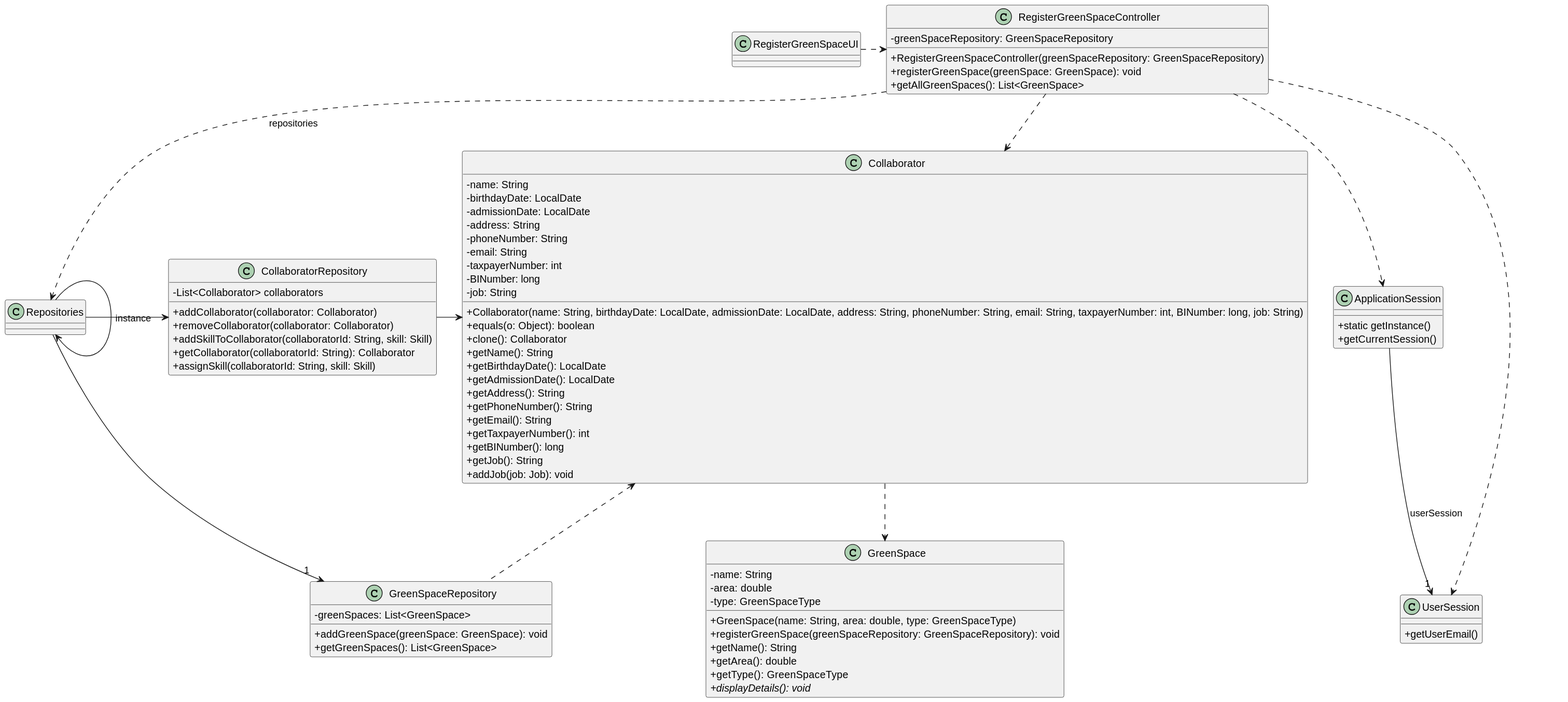
Before: docs/sprintC/us020/03.design/svg/us020-class-diagram.svg, a diagram exported from PlantUML (Departamento-de-Engenharia-Informatica/greenspace-management).
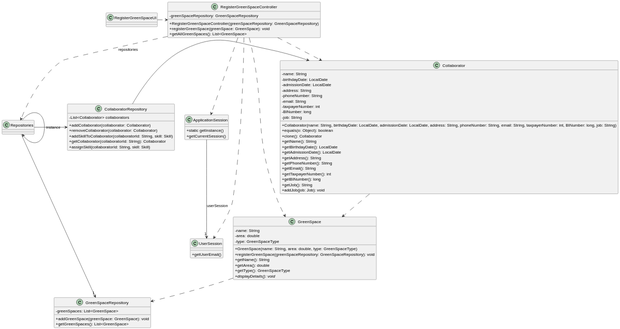
The same file after the commit.

Diff of the diagram source:
```diff
@@ -99,8 +99,8 @@
 
 Collaborator ..> GreenSpace
 RegisterGreenSpaceController ..> Collaborator
-Collaborator <.. GreenSpaceRepository
 
-
+RegisterGreenSpaceController ..> GreenSpace
+GreenSpace ..> GreenSpaceRepository
 
 @enduml
```
